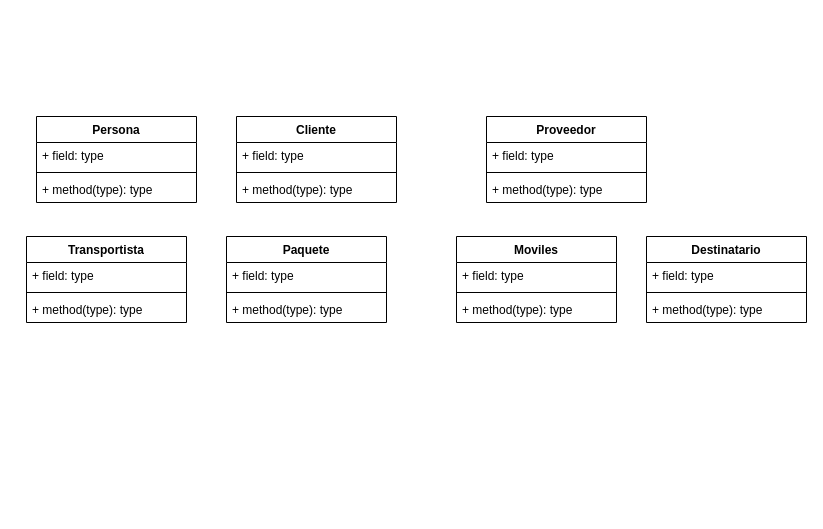
Earlier version of the draw.io diagram lastra-julian_POO_Parcial2/Docs/DigramaDeClases.drawio (poxx1/lastra-julian_POO_Parcial2). Source tidied: cells renumbered, new cells numbered last; positions are measured from the earlier drawing's top-left corner, leaving out a move shared by most shapes. Both pictures are drawn from the tidied source at 100%, with x=0, y=0 at pixel (26, 116).
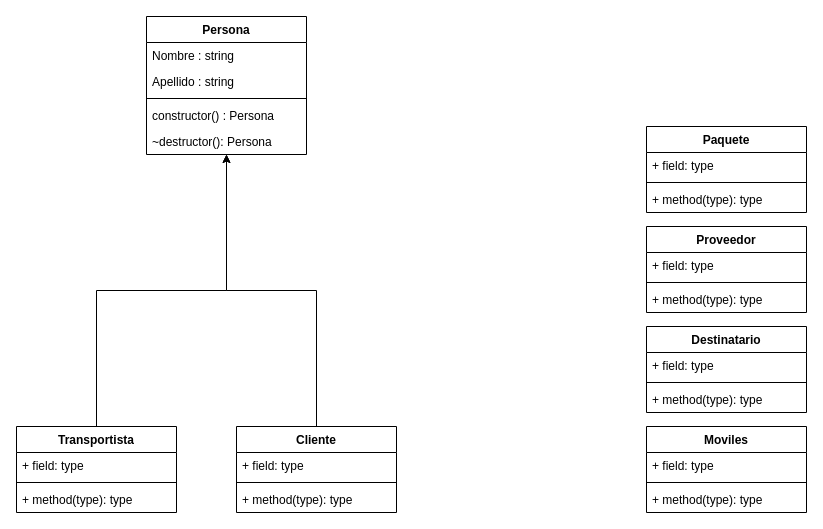
The same diagram, later.

The edit, as a diff of the source:
```diff
@@
+    <mxCell id="30" style="edgeStyle=orthogonalEdgeStyle;rounded=0;jettySize=auto;html=1;exitX=0.5;exitY=0;exitDx=0;exitDy=0;" parent="1" edge="1" source="2" target="18">
+      <mxGeometry relative="1" as="geometry" />
+    </mxCell>
     <mxCell id="2" value="Cliente" style="swimlane;fontStyle=1;align=center;verticalAlign=top;horizontal=1;startSize=26;" parent="1" vertex="1">
-      <mxGeometry x="210" width="160" height="86" as="geometry" />
+      <mxGeometry x="210" y="310" width="160" height="86" as="geometry" />
     </mxCell>
@@
     <mxCell id="6" value="Proveedor" style="swimlane;fontStyle=1;align=center;verticalAlign=top;horizontal=1;startSize=26;" parent="1" vertex="1">
-      <mxGeometry x="460" width="160" height="86" as="geometry" />
+      <mxGeometry x="620" y="110" width="160" height="86" as="geometry" />
     </mxCell>
@@
     <mxCell id="10" value="Paquete" style="swimlane;fontStyle=1;align=center;verticalAlign=top;horizontal=1;startSize=26;" parent="1" vertex="1">
-      <mxGeometry x="200" y="120" width="160" height="86" as="geometry" />
+      <mxGeometry x="620" y="10" width="160" height="86" as="geometry" />
     </mxCell>
@@
     <mxCell id="14" value="Moviles" style="swimlane;fontStyle=1;align=center;verticalAlign=top;horizontal=1;startSize=26;" parent="1" vertex="1">
-      <mxGeometry x="430" y="120" width="160" height="86" as="geometry" />
+      <mxGeometry x="620" y="310" width="160" height="86" as="geometry" />
     </mxCell>
@@
     <mxCell id="18" value="Persona" style="swimlane;fontStyle=1;align=center;verticalAlign=top;horizontal=1;startSize=26;" parent="1" vertex="1">
-      <mxGeometry x="10" width="160" height="86" as="geometry" />
+      <mxGeometry x="120" y="-100" width="160" height="138" as="geometry" />
     </mxCell>
-    <mxCell id="19" value="+ field: type" style="text;strokeColor=none;fillColor=none;align=left;verticalAlign=top;spacingLeft=4;spacingRight=4;overflow=hidden;" parent="18" vertex="1">
+    <mxCell id="19" value="Nombre : string" style="text;strokeColor=none;fillColor=none;align=left;verticalAlign=top;spacingLeft=4;spacingRight=4;overflow=hidden;" parent="18" vertex="1">
       <mxGeometry y="26" width="160" height="26" as="geometry" />
     </mxCell>
+    <mxCell id="31" value="Apellido : string" style="text;strokeColor=none;fillColor=none;align=left;verticalAlign=top;spacingLeft=4;spacingRight=4;overflow=hidden;" parent="18" vertex="1">
+      <mxGeometry y="52" width="160" height="26" as="geometry" />
+    </mxCell>
     <mxCell id="20" style="line;strokeWidth=1;fillColor=none;align=left;verticalAlign=middle;spacingTop=-1;spacingLeft=3;spacingRight=3;labelPosition=right;" parent="18" vertex="1">
-      <mxGeometry y="52" width="160" height="8" as="geometry" />
+      <mxGeometry y="78" width="160" height="8" as="geometry" />
     </mxCell>
-    <mxCell id="21" value="+ method(type): type" style="text;strokeColor=none;fillColor=none;align=left;verticalAlign=top;spacingLeft=4;spacingRight=4;overflow=hidden;" parent="18" vertex="1">
-      <mxGeometry y="60" width="160" height="26" as="geometry" />
+    <mxCell id="21" value="constructor() : Persona&#10;" style="text;strokeColor=none;fillColor=none;align=left;verticalAlign=top;spacingLeft=4;spacingRight=4;overflow=hidden;" parent="18" vertex="1">
+      <mxGeometry y="86" width="160" height="26" as="geometry" />
     </mxCell>
+    <mxCell id="32" value="~destructor(): Persona" style="text;strokeColor=none;fillColor=none;align=left;verticalAlign=top;spacingLeft=4;spacingRight=4;overflow=hidden;" parent="18" vertex="1">
+      <mxGeometry y="112" width="160" height="26" as="geometry" />
+    </mxCell>
+    <mxCell id="33" style="edgeStyle=orthogonalEdgeStyle;rounded=0;jettySize=auto;html=1;exitX=0.5;exitY=0;exitDx=0;exitDy=0;" parent="1" edge="1" source="22" target="18">
+      <mxGeometry relative="1" as="geometry" />
+    </mxCell>
     <mxCell id="22" value="Transportista" style="swimlane;fontStyle=1;align=center;verticalAlign=top;horizontal=1;startSize=26;" parent="1" vertex="1">
-      <mxGeometry y="120" width="160" height="86" as="geometry" />
+      <mxGeometry x="-10" y="310" width="160" height="86" as="geometry" />
     </mxCell>
@@
     <mxCell id="26" value="Destinatario" style="swimlane;fontStyle=1;align=center;verticalAlign=top;horizontal=1;startSize=26;" parent="1" vertex="1">
-      <mxGeometry x="620" y="120" width="160" height="86" as="geometry" />
+      <mxGeometry x="620" y="210" width="160" height="86" as="geometry" />
     </mxCell>
```
